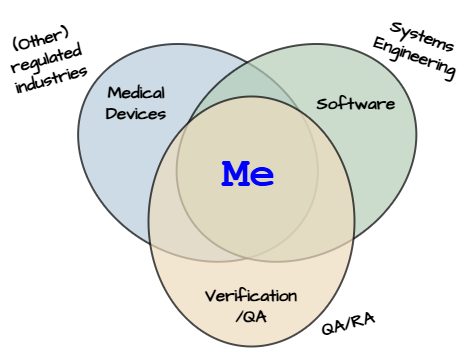
tuejoshua/tuejoshua.github.io keeps this draw.io diagram as VennDiagram.drawio.png. Above is the earlier version. Source tidied: cells renumbered, new cells last; positions are measured from the earlier drawing's top-left corner, leaving out a move shared by most shapes. Source of this version:
```xml
<mxGraphModel>
  <root>
    <mxCell id="0" />
    <mxCell id="1" parent="0" />
    <mxCell id="2" style="ellipse;whiteSpace=wrap;html=1;hachureGap=4;fontFamily=Architects Daughter;fontSource=https%3A%2F%2Ffonts.googleapis.com%2Fcss%3Ffamily%3DArchitects%2BDaughter;rotation=30;fillColor=#B7CCDC;strokeColor=#000000;opacity=70;strokeWidth=1.9684999999999997;" parent="1" vertex="1">
      <mxGeometry x="66.5" y="27.4" width="250" height="206" as="geometry" />
    </mxCell>
    <mxCell id="3" style="ellipse;whiteSpace=wrap;html=1;hachureGap=4;fontFamily=Architects Daughter;fontSource=https%3A%2F%2Ffonts.googleapis.com%2Fcss%3Ffamily%3DArchitects%2BDaughter;rotation=-210;fillColor=#B6CEB8;strokeColor=#000000;opacity=70;fontColor=#ffffff;strokeWidth=1.9684999999999997;" parent="1" vertex="1">
      <mxGeometry x="165" y="27.4" width="250" height="206" as="geometry" />
    </mxCell>
    <mxCell id="4" style="ellipse;whiteSpace=wrap;html=1;hachureGap=4;fontFamily=Architects Daughter;fontSource=https%3A%2F%2Ffonts.googleapis.com%2Fcss%3Ffamily%3DArchitects%2BDaughter;rotation=90;fillColor=#EFDCBE;strokeColor=#000000;fontColor=#000000;opacity=70;strokeWidth=1.9684999999999997;" parent="1" vertex="1">
      <mxGeometry x="120" y="96" width="250" height="206" as="geometry" />
    </mxCell>
    <mxCell id="5" value="Medical Devices" style="text;html=1;align=center;verticalAlign=middle;whiteSpace=wrap;rounded=0;fontFamily=Architects Daughter;fontSource=https%3A%2F%2Ffonts.googleapis.com%2Fcss%3Ffamily%3DArchitects%2BDaughter;fontStyle=1;fontSize=17;" parent="1" vertex="1">
      <mxGeometry x="100" y="66" width="60" height="30" as="geometry" />
    </mxCell>
    <mxCell id="6" value="Software" style="text;html=1;align=center;verticalAlign=middle;whiteSpace=wrap;rounded=0;fontFamily=Architects Daughter;fontSource=https%3A%2F%2Ffonts.googleapis.com%2Fcss%3Ffamily%3DArchitects%2BDaughter;fontStyle=1;fontSize=17;" parent="1" vertex="1">
      <mxGeometry x="320" y="67" width="60" height="30" as="geometry" />
    </mxCell>
    <mxCell id="7" value="Verification&lt;br&gt;/QA" style="text;html=1;align=center;verticalAlign=middle;whiteSpace=wrap;rounded=0;fontFamily=Architects Daughter;fontSource=https%3A%2F%2Ffonts.googleapis.com%2Fcss%3Ffamily%3DArchitects%2BDaughter;fontStyle=1;fontSize=17;" parent="1" vertex="1">
      <mxGeometry x="215" y="269" width="60" height="30" as="geometry" />
    </mxCell>
    <mxCell id="8" value="Me" style="text;html=1;align=center;verticalAlign=middle;whiteSpace=wrap;rounded=0;fontFamily=Courier New;fontStyle=1;fontSize=44;fontColor=#0000FF;" parent="1" vertex="1">
      <mxGeometry x="213" y="137" width="60" height="30" as="geometry" />
    </mxCell>
    <mxCell id="9" value="(Other)&lt;br&gt;regulated&lt;div&gt;industries&lt;/div&gt;" style="text;html=1;align=center;verticalAlign=middle;whiteSpace=wrap;rounded=0;fontFamily=Architects Daughter;fontSource=https%3A%2F%2Ffonts.googleapis.com%2Fcss%3Ffamily%3DArchitects%2BDaughter;fontStyle=1;fontSize=17;rotation=-15;" parent="1" vertex="1">
      <mxGeometry y="6.1" width="80" height="60.9" as="geometry" />
    </mxCell>
    <mxCell id="10" value="QA/RA" style="text;html=1;align=center;verticalAlign=middle;whiteSpace=wrap;rounded=0;fontFamily=Architects Daughter;fontSource=https%3A%2F%2Ffonts.googleapis.com%2Fcss%3Ffamily%3DArchitects%2BDaughter;fontStyle=1;fontSize=17;rotation=-15;" parent="1" vertex="1">
      <mxGeometry x="290" y="287" width="104" height="30" as="geometry" />
    </mxCell>
    <mxCell id="11" value="Systems Engineering" style="text;html=1;align=center;verticalAlign=middle;whiteSpace=wrap;rounded=0;fontFamily=Architects Daughter;fontSource=https%3A%2F%2Ffonts.googleapis.com%2Fcss%3Ffamily%3DArchitects%2BDaughter;fontStyle=1;fontSize=17;rotation=20;" parent="1" vertex="1">
      <mxGeometry x="368" width="90" height="48" as="geometry" />
    </mxCell>
  </root>
</mxGraphModel>
```
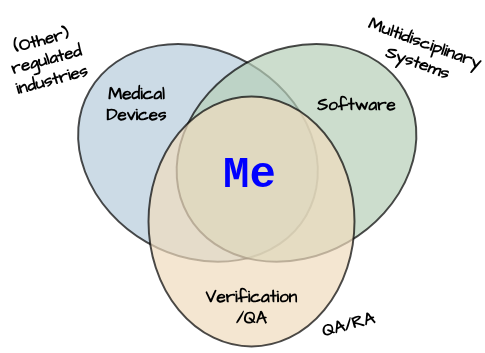
Above is the later version.

Commit message:
- Rewrote test.html and replacing index.html with it (old index.html renamed for now) - Updated Venn diagram

Change to the diagram source:
```diff
@@ -29,8 +29,8 @@
     <mxCell id="10" value="QA/RA" style="text;html=1;align=center;verticalAlign=middle;whiteSpace=wrap;rounded=0;fontFamily=Architects Daughter;fontSource=https%3A%2F%2Ffonts.googleapis.com%2Fcss%3Ffamily%3DArchitects%2BDaughter;fontStyle=1;fontSize=17;rotation=-15;" parent="1" vertex="1">
       <mxGeometry x="290" y="287" width="104" height="30" as="geometry" />
     </mxCell>
-    <mxCell id="11" value="Systems Engineering" style="text;html=1;align=center;verticalAlign=middle;whiteSpace=wrap;rounded=0;fontFamily=Architects Daughter;fontSource=https%3A%2F%2Ffonts.googleapis.com%2Fcss%3Ffamily%3DArchitects%2BDaughter;fontStyle=1;fontSize=17;rotation=20;" parent="1" vertex="1">
-      <mxGeometry x="368" width="90" height="48" as="geometry" />
+    <mxCell id="11" value="Multidisciplinary&lt;br&gt;Systems" style="text;html=1;align=center;verticalAlign=middle;whiteSpace=wrap;rounded=0;fontFamily=Architects Daughter;fontSource=https%3A%2F%2Ffonts.googleapis.com%2Fcss%3Ffamily%3DArchitects%2BDaughter;fontStyle=1;fontSize=17;rotation=20;" parent="1" vertex="1">
+      <mxGeometry x="370" y="6.1" width="90" height="48" as="geometry" />
     </mxCell>
   </root>
 </mxGraphModel>
```
